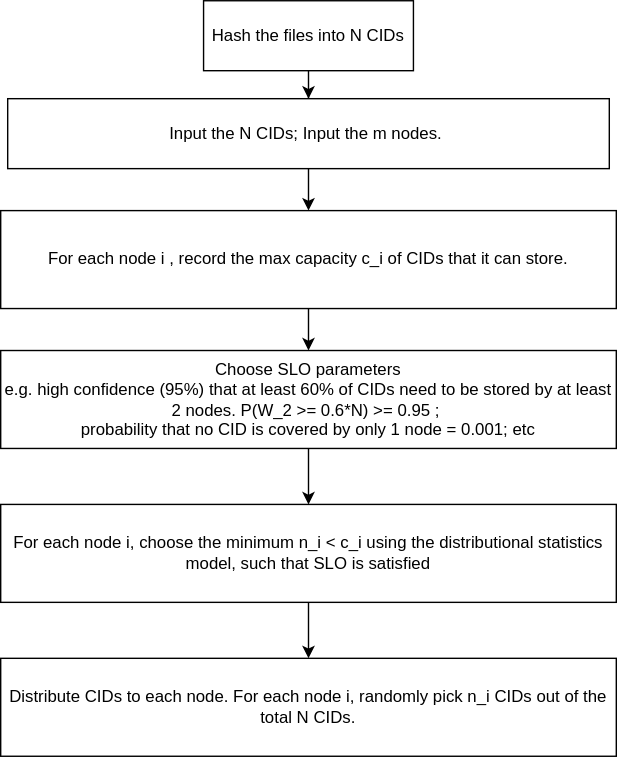
The draw.io diagram assets/flow_chart.drawio.svg in zcahkwn/occ, before a commit. Source tidied: cells renumbered, new cells last; positions are measured from the earlier drawing's top-left corner, leaving out a move shared by most shapes. The source it was exported from:
```xml
<mxGraphModel>
  <root>
    <mxCell id="0" />
    <mxCell id="1" parent="0" />
    <mxCell id="2" style="edgeStyle=orthogonalEdgeStyle;rounded=0;jettySize=auto;html=1;" parent="1" edge="1" source="3">
      <mxGeometry relative="1" as="geometry">
        <mxPoint x="220" y="360" as="targetPoint" />
      </mxGeometry>
    </mxCell>
    <mxCell id="3" value="Choose SLO parameters&lt;div&gt;e.g.&lt;span style=&quot;background-color: transparent; color: light-dark(rgb(0, 0, 0), rgb(255, 255, 255));&quot;&gt;&amp;nbsp;high confidence (95%) that at least 60% of CIDs need to be stored by at least 2 nodes.&amp;nbsp;&lt;/span&gt;&lt;span style=&quot;background-color: transparent; color: light-dark(rgb(0, 0, 0), rgb(255, 255, 255));&quot;&gt;P(W_2 &amp;gt;= 0.6*N) &amp;gt;= 0.95&amp;nbsp;&lt;/span&gt;;&amp;nbsp;&lt;/div&gt;&lt;div&gt;probability that no CID is covered by only 1 node = 0.001; etc&lt;/div&gt;" style="rounded=0;whiteSpace=wrap;html=1;" parent="1" vertex="1">
      <mxGeometry y="250" width="440" height="70" as="geometry" />
    </mxCell>
    <mxCell id="4" style="edgeStyle=orthogonalEdgeStyle;rounded=0;jettySize=auto;html=1;" parent="1" edge="1" source="5" target="7">
      <mxGeometry relative="1" as="geometry" />
    </mxCell>
    <mxCell id="5" value="Input the N CIDs; Input the m nodes.&amp;nbsp;" style="rounded=0;whiteSpace=wrap;html=1;" parent="1" vertex="1">
      <mxGeometry x="5" y="70" width="430" height="50" as="geometry" />
    </mxCell>
    <mxCell id="6" style="edgeStyle=orthogonalEdgeStyle;rounded=0;jettySize=auto;html=1;" parent="1" edge="1" source="7" target="3">
      <mxGeometry relative="1" as="geometry" />
    </mxCell>
    <mxCell id="7" value="For each node i , record the max capacity c_i of CIDs that it can store." style="rounded=0;whiteSpace=wrap;html=1;" parent="1" vertex="1">
      <mxGeometry y="150" width="440" height="70" as="geometry" />
    </mxCell>
    <mxCell id="8" style="edgeStyle=orthogonalEdgeStyle;rounded=0;jettySize=auto;html=1;" parent="1" edge="1" source="9" target="10">
      <mxGeometry relative="1" as="geometry">
        <Array as="points">
          <mxPoint x="220" y="450" />
          <mxPoint x="220" y="450" />
        </Array>
      </mxGeometry>
    </mxCell>
    <mxCell id="9" value="For each node i, choose the minimum n_i &amp;lt; c_i using the distributional statistics model, such that SLO is satisfied" style="rounded=0;whiteSpace=wrap;html=1;" parent="1" vertex="1">
      <mxGeometry y="360" width="440" height="70" as="geometry" />
    </mxCell>
    <mxCell id="10" value="Distribute CIDs to each node. For each node i, randomly pick n_i CIDs out of the total N CIDs." style="rounded=0;whiteSpace=wrap;html=1;" parent="1" vertex="1">
      <mxGeometry y="470" width="440" height="70" as="geometry" />
    </mxCell>
    <mxCell id="11" style="edgeStyle=orthogonalEdgeStyle;rounded=0;jettySize=auto;html=1;entryX=0.5;entryY=0;entryDx=0;entryDy=0;" parent="1" edge="1" source="12" target="5">
      <mxGeometry relative="1" as="geometry" />
    </mxCell>
    <mxCell id="12" value="Hash the files into N CIDs" style="rounded=0;whiteSpace=wrap;html=1;" parent="1" vertex="1">
      <mxGeometry x="145" width="150" height="50" as="geometry" />
    </mxCell>
  </root>
</mxGraphModel>
```
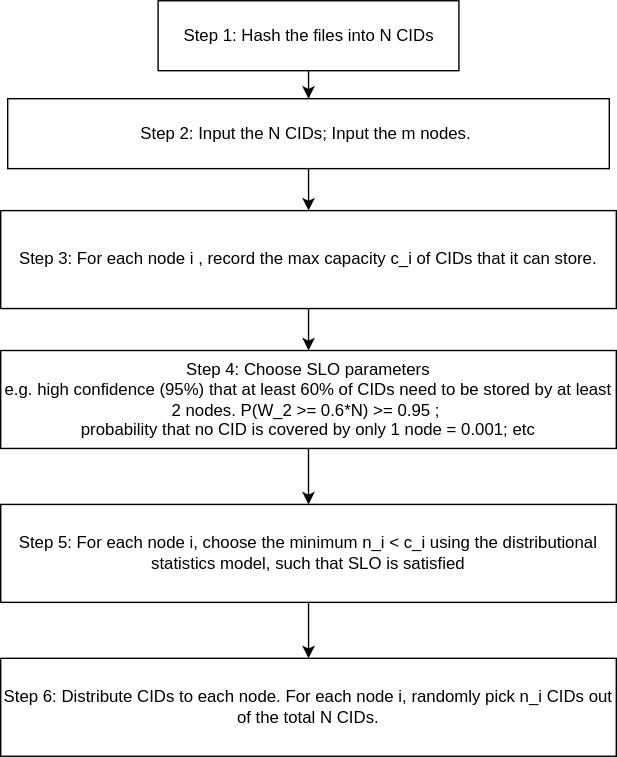
The same diagram one commit later.

The edit, as a diff of the source:
```diff
@@ -7,19 +7,19 @@
         <mxPoint x="220" y="360" as="targetPoint" />
       </mxGeometry>
     </mxCell>
-    <mxCell id="3" value="Choose SLO parameters&lt;div&gt;e.g.&lt;span style=&quot;background-color: transparent; color: light-dark(rgb(0, 0, 0), rgb(255, 255, 255));&quot;&gt;&amp;nbsp;high confidence (95%) that at least 60% of CIDs need to be stored by at least 2 nodes.&amp;nbsp;&lt;/span&gt;&lt;span style=&quot;background-color: transparent; color: light-dark(rgb(0, 0, 0), rgb(255, 255, 255));&quot;&gt;P(W_2 &amp;gt;= 0.6*N) &amp;gt;= 0.95&amp;nbsp;&lt;/span&gt;;&amp;nbsp;&lt;/div&gt;&lt;div&gt;probability that no CID is covered by only 1 node = 0.001; etc&lt;/div&gt;" style="rounded=0;whiteSpace=wrap;html=1;" parent="1" vertex="1">
+    <mxCell id="3" value="Step 4: Choose SLO parameters&lt;div&gt;e.g.&lt;span style=&quot;background-color: transparent; color: light-dark(rgb(0, 0, 0), rgb(255, 255, 255));&quot;&gt;&amp;nbsp;high confidence (95%) that at least 60% of CIDs need to be stored by at least 2 nodes.&amp;nbsp;&lt;/span&gt;&lt;span style=&quot;background-color: transparent; color: light-dark(rgb(0, 0, 0), rgb(255, 255, 255));&quot;&gt;P(W_2 &amp;gt;= 0.6*N) &amp;gt;= 0.95&amp;nbsp;&lt;/span&gt;;&amp;nbsp;&lt;/div&gt;&lt;div&gt;probability that no CID is covered by only 1 node = 0.001; etc&lt;/div&gt;" style="rounded=0;whiteSpace=wrap;html=1;" parent="1" vertex="1">
       <mxGeometry y="250" width="440" height="70" as="geometry" />
     </mxCell>
     <mxCell id="4" style="edgeStyle=orthogonalEdgeStyle;rounded=0;jettySize=auto;html=1;" parent="1" edge="1" source="5" target="7">
       <mxGeometry relative="1" as="geometry" />
     </mxCell>
-    <mxCell id="5" value="Input the N CIDs; Input the m nodes.&amp;nbsp;" style="rounded=0;whiteSpace=wrap;html=1;" parent="1" vertex="1">
+    <mxCell id="5" value="Step 2: Input the N CIDs; Input the m nodes.&amp;nbsp;" style="rounded=0;whiteSpace=wrap;html=1;" parent="1" vertex="1">
       <mxGeometry x="5" y="70" width="430" height="50" as="geometry" />
     </mxCell>
     <mxCell id="6" style="edgeStyle=orthogonalEdgeStyle;rounded=0;jettySize=auto;html=1;" parent="1" edge="1" source="7" target="3">
       <mxGeometry relative="1" as="geometry" />
     </mxCell>
-    <mxCell id="7" value="For each node i , record the max capacity c_i of CIDs that it can store." style="rounded=0;whiteSpace=wrap;html=1;" parent="1" vertex="1">
+    <mxCell id="7" value="Step 3: For each node i , record the max capacity c_i of CIDs that it can store." style="rounded=0;whiteSpace=wrap;html=1;" parent="1" vertex="1">
       <mxGeometry y="150" width="440" height="70" as="geometry" />
     </mxCell>
     <mxCell id="8" style="edgeStyle=orthogonalEdgeStyle;rounded=0;jettySize=auto;html=1;" parent="1" edge="1" source="9" target="10">
@@ -30,17 +30,17 @@
         </Array>
       </mxGeometry>
     </mxCell>
-    <mxCell id="9" value="For each node i, choose the minimum n_i &amp;lt; c_i using the distributional statistics model, such that SLO is satisfied" style="rounded=0;whiteSpace=wrap;html=1;" parent="1" vertex="1">
+    <mxCell id="9" value="Step 5: For each node i, choose the minimum n_i &amp;lt; c_i using the distributional statistics model, such that SLO is satisfied" style="rounded=0;whiteSpace=wrap;html=1;" parent="1" vertex="1">
       <mxGeometry y="360" width="440" height="70" as="geometry" />
     </mxCell>
-    <mxCell id="10" value="Distribute CIDs to each node. For each node i, randomly pick n_i CIDs out of the total N CIDs." style="rounded=0;whiteSpace=wrap;html=1;" parent="1" vertex="1">
+    <mxCell id="10" value="Step 6: Distribute CIDs to each node. For each node i, randomly pick n_i CIDs out of the total N CIDs." style="rounded=0;whiteSpace=wrap;html=1;" parent="1" vertex="1">
       <mxGeometry y="470" width="440" height="70" as="geometry" />
     </mxCell>
     <mxCell id="11" style="edgeStyle=orthogonalEdgeStyle;rounded=0;jettySize=auto;html=1;entryX=0.5;entryY=0;entryDx=0;entryDy=0;" parent="1" edge="1" source="12" target="5">
       <mxGeometry relative="1" as="geometry" />
     </mxCell>
-    <mxCell id="12" value="Hash the files into N CIDs" style="rounded=0;whiteSpace=wrap;html=1;" parent="1" vertex="1">
-      <mxGeometry x="145" width="150" height="50" as="geometry" />
+    <mxCell id="12" value="Step 1: Hash the files into N CIDs" style="rounded=0;whiteSpace=wrap;html=1;" parent="1" vertex="1">
+      <mxGeometry x="112.5" width="215" height="50" as="geometry" />
     </mxCell>
   </root>
 </mxGraphModel>
```
